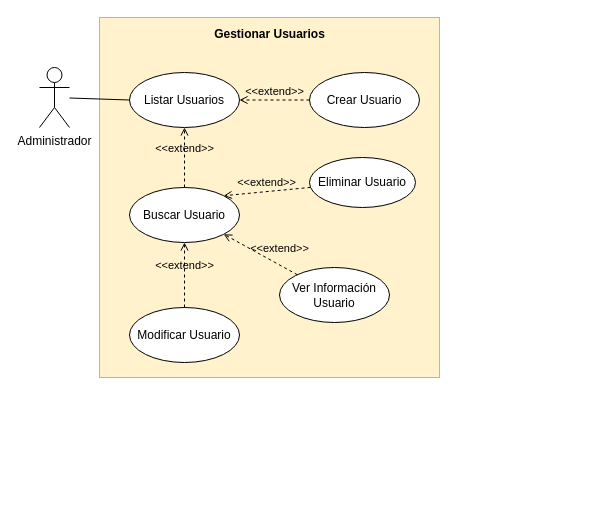
Earlier version of the draw.io diagram page "DCUGestionarUsuarios" (4 of 13) of CEA Proyect/Diagramas&Diseños/Diagramas.drawio (ludwingx/AppCEA). Source tidied: cells renumbered, new cells numbered last; positions are measured from the earlier drawing's top-left corner, leaving out a move shared by most shapes. Both pictures are drawn from the tidied source at 100%, with x=0, y=0 at pixel (39, 17).
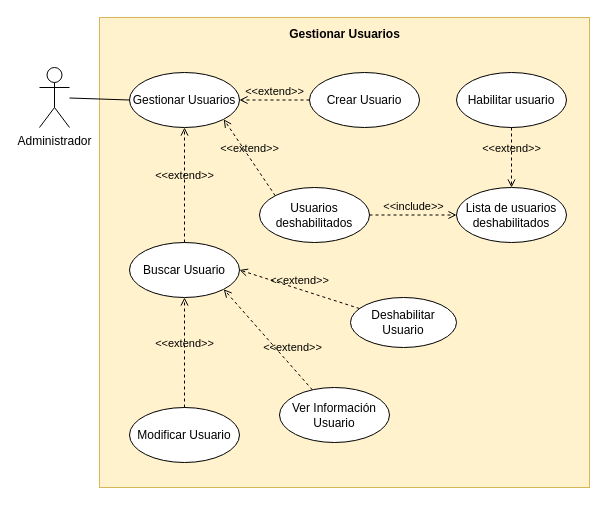
The same diagram, later.

The edit, as a diff of the source:
```diff
@@
     <mxCell id="2" value="&lt;b&gt;Gestionar Usuarios&lt;br&gt;&lt;/b&gt;" style="html=1;labelPosition=center;verticalLabelPosition=top;align=center;verticalAlign=bottom;spacingBottom=-26;spacingRight=0;fillColor=#fff2cc;strokeColor=#d6b656;" parent="1" vertex="1">
-      <mxGeometry x="60" width="340" height="360" as="geometry" />
+      <mxGeometry x="60" width="490" height="470" as="geometry" />
     </mxCell>
@@
-    <mxCell id="5" value="Eliminar Usuario" style="ellipse;whiteSpace=wrap;html=1;" parent="1" vertex="1">
-      <mxGeometry x="270" y="140" width="106" height="50" as="geometry" />
+    <mxCell id="5" value="Deshabilitar Usuario" style="ellipse;whiteSpace=wrap;html=1;" parent="1" vertex="1">
+      <mxGeometry x="311" y="280" width="106" height="50" as="geometry" />
     </mxCell>
@@
     <mxCell id="7" value="Modificar Usuario" style="ellipse;whiteSpace=wrap;html=1;" parent="1" vertex="1">
-      <mxGeometry x="90" y="290" width="110" height="55" as="geometry" />
+      <mxGeometry x="90" y="390" width="110" height="55" as="geometry" />
     </mxCell>
     <mxCell id="8" value="Ver Información Usuario" style="ellipse;whiteSpace=wrap;html=1;" parent="1" vertex="1">
-      <mxGeometry x="240" y="250" width="110" height="55" as="geometry" />
+      <mxGeometry x="240" y="370" width="110" height="55" as="geometry" />
     </mxCell>
     <mxCell id="9" value="Buscar Usuario" style="ellipse;whiteSpace=wrap;html=1;" parent="1" vertex="1">
-      <mxGeometry x="90" y="170" width="110" height="55" as="geometry" />
+      <mxGeometry x="90" y="225" width="110" height="55" as="geometry" />
     </mxCell>
-    <mxCell id="10" value="Listar Usuarios" style="ellipse;whiteSpace=wrap;html=1;" parent="1" vertex="1">
+    <mxCell id="10" value="Gestionar Usuarios" style="ellipse;whiteSpace=wrap;html=1;" parent="1" vertex="1">
       <mxGeometry x="90" y="55" width="110" height="55" as="geometry" />
     </mxCell>
@@
-    <mxCell id="13" value="&amp;lt;&amp;lt;extend&amp;gt;&amp;gt;" style="html=1;verticalAlign=bottom;labelBackgroundColor=none;endArrow=open;endFill=0;dashed=1;rounded=0;entryX=1;entryY=0;entryDx=0;entryDy=0;" parent="1" edge="1" source="5" target="9">
+    <mxCell id="13" value="&amp;lt;&amp;lt;extend&amp;gt;&amp;gt;" style="html=1;verticalAlign=bottom;labelBackgroundColor=none;endArrow=open;endFill=0;dashed=1;rounded=0;entryX=1;entryY=0.5;entryDx=0;entryDy=0;" parent="1" edge="1" source="5" target="9">
       <mxGeometry relative="1" as="geometry" />
     </mxCell>
@@
+    <mxCell id="17" value="Usuarios deshabilitados" style="ellipse;whiteSpace=wrap;html=1;" parent="1" vertex="1">
+      <mxGeometry x="220" y="170" width="110" height="55" as="geometry" />
+    </mxCell>
+    <mxCell id="18" value="&amp;lt;&amp;lt;extend&amp;gt;&amp;gt;" style="html=1;verticalAlign=bottom;labelBackgroundColor=none;endArrow=open;endFill=0;dashed=1;rounded=0;entryX=1;entryY=1;entryDx=0;entryDy=0;exitX=0;exitY=0;exitDx=0;exitDy=0;" parent="1" edge="1" source="17" target="10">
+      <mxGeometry relative="1" as="geometry" />
+    </mxCell>
+    <mxCell id="19" value="Habilitar usuario" style="ellipse;whiteSpace=wrap;html=1;" parent="1" vertex="1">
+      <mxGeometry x="417" y="55" width="110" height="55" as="geometry" />
+    </mxCell>
+    <mxCell id="20" value="Lista de usuarios deshabilitados" style="ellipse;whiteSpace=wrap;html=1;" parent="1" vertex="1">
+      <mxGeometry x="417" y="170" width="110" height="55" as="geometry" />
+    </mxCell>
+    <mxCell id="21" value="&amp;lt;&amp;lt;include&amp;gt;&amp;gt;" style="html=1;verticalAlign=bottom;labelBackgroundColor=none;endArrow=open;endFill=0;dashed=1;rounded=0;exitX=1;exitY=0.5;exitDx=0;exitDy=0;entryX=0;entryY=0.5;entryDx=0;entryDy=0;" parent="1" edge="1" source="17" target="20">
+      <mxGeometry relative="1" as="geometry" />
+    </mxCell>
+    <mxCell id="22" value="&amp;lt;&amp;lt;extend&amp;gt;&amp;gt;" style="html=1;verticalAlign=bottom;labelBackgroundColor=none;endArrow=open;endFill=0;dashed=1;rounded=0;entryX=0.5;entryY=0;entryDx=0;entryDy=0;exitX=0.5;exitY=1;exitDx=0;exitDy=0;" parent="1" edge="1" source="19" target="20">
+      <mxGeometry relative="1" as="geometry" />
+    </mxCell>
```
